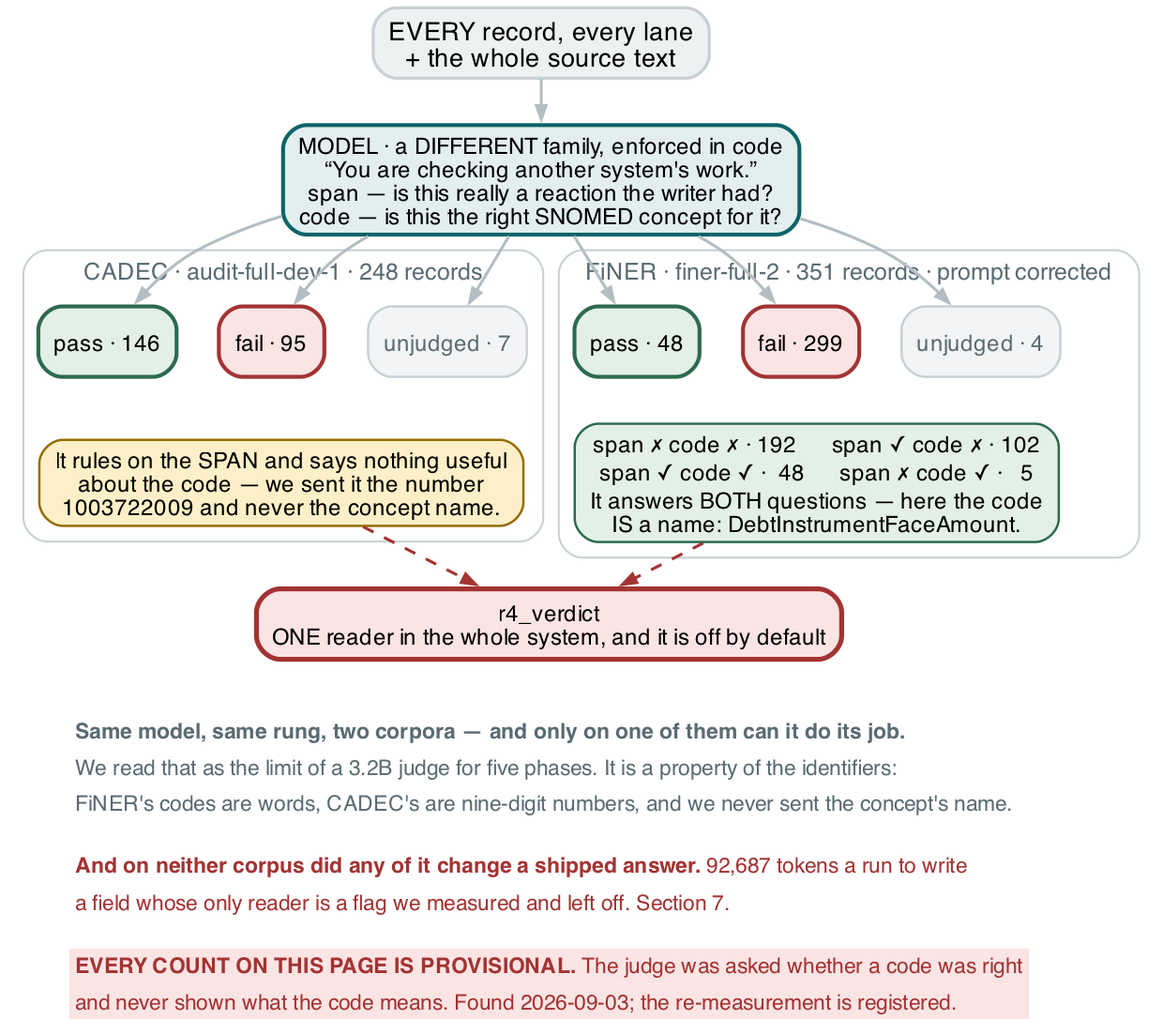
wbagais/reliability-ladder keeps this Graphviz diagram as docs/figures/fig18-rung4.png. Above is the earlier version. Its source is kept beside it as docs/figures/fig18-rung4.dot.
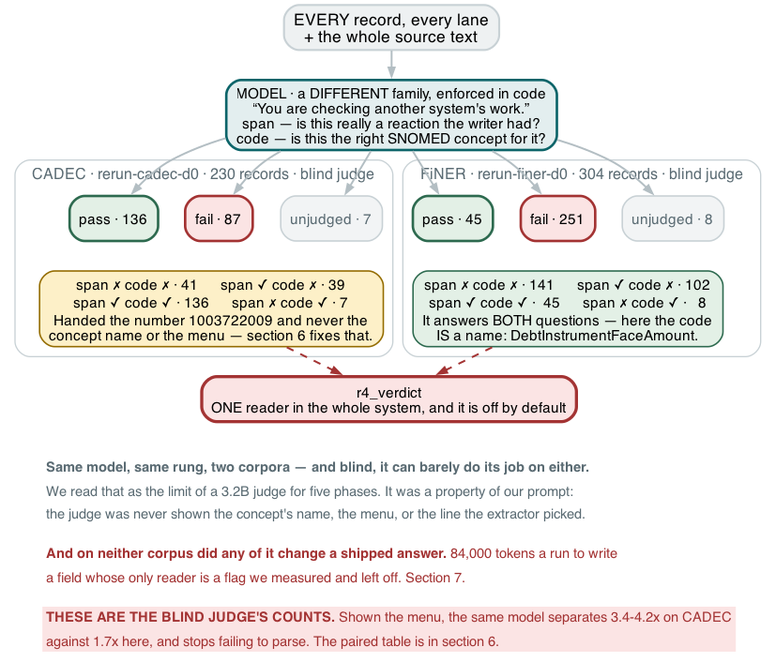
After the change.

What changed in the source:
```diff
@@ -10,26 +10,24 @@
       fillcolor="#e3eeef" color="#0c6469" penwidth=2];
 
   subgraph cluster_c {
-    label="  CADEC · audit-full-dev-1 · 248 records  "; fontname="Helvetica"; fontsize=12;
+    label="  CADEC · rerun-cadec-d0 · 230 records · blind judge  "; fontname="Helvetica"; fontsize=12;
     color="#c8d1d5"; style=rounded; fontcolor="#5a6b73";
-    cp [label="pass · 146" fillcolor="#e3f0e6" color="#2d6a4f" penwidth=2];
-    cf [label="fail · 95" fillcolor="#fbe4e4" color="#a33333" penwidth=2];
+    cp [label="pass · 136" fillcolor="#e3f0e6" color="#2d6a4f" penwidth=2];
+    cf [label="fail · 87" fillcolor="#fbe4e4" color="#a33333" penwidth=2];
     cu [label="unjudged · 7" fillcolor="#f2f4f5" fontcolor="#5a6b73"];
-    cn [label="It rules on the SPAN and says nothing useful
-about the code — we sent it the number
-1003722009 and never the concept name."
+    cn [label="span ✗ code ✗ · 41      span ✓ code ✗ · 39\nspan ✓ code ✓ · 136      span ✗ code ✓ · 7\nHanded the number 1003722009 and never the\nconcept name or the menu — section 6 fixes that."
         fillcolor="#fdf0c8" color="#946c00"];
     { rank=same; cp; cf; cu }
     cp -> cn [style=invis]; cf -> cn [style=invis];
   }
 
   subgraph cluster_f {
-    label="  FiNER · finer-full-2 · 351 records · prompt corrected  "; fontname="Helvetica";
+    label="  FiNER · rerun-finer-d0 · 304 records · blind judge  "; fontname="Helvetica";
     fontsize=12; color="#c8d1d5"; style=rounded; fontcolor="#5a6b73";
-    fp [label="pass · 48" fillcolor="#e3f0e6" color="#2d6a4f" penwidth=2];
-    ff [label="fail · 299" fillcolor="#fbe4e4" color="#a33333" penwidth=2];
-    fu [label="unjudged · 4" fillcolor="#f2f4f5" fontcolor="#5a6b73"];
-    fn [label="span ✗ code ✗ · 192      span ✓ code ✗ · 102\nspan ✓ code ✓ ·  48      span ✗ code ✓ ·   5\nIt answers BOTH questions — here the code
+    fp [label="pass · 45" fillcolor="#e3f0e6" color="#2d6a4f" penwidth=2];
+    ff [label="fail · 251" fillcolor="#fbe4e4" color="#a33333" penwidth=2];
+    fu [label="unjudged · 8" fillcolor="#f2f4f5" fontcolor="#5a6b73"];
+    fn [label="span ✗ code ✗ · 141      span ✓ code ✗ · 102\nspan ✓ code ✓ ·  45      span ✗ code ✓ ·   8\nIt answers BOTH questions — here the code
 IS a name: DebtInstrumentFaceAmount."
         fillcolor="#e3f0e6" color="#2d6a4f"];
     { rank=same; fp; ff; fu }
@@ -44,15 +42,15 @@
 
   note [shape=plaintext style="" fillcolor="white"
         label=<<TABLE BORDER="0" CELLBORDER="0" CELLSPACING="0" CELLPADDING="3">
-        <TR><TD ALIGN="LEFT"><FONT POINT-SIZE="11" COLOR="#5a6b73"><B>Same model, same rung, two corpora — and only on one of them can it do its job.</B></FONT></TD></TR>
-        <TR><TD ALIGN="LEFT"><FONT POINT-SIZE="11" COLOR="#5a6b73">We read that as the limit of a 3.2B judge for five phases. It is a property of the identifiers:</FONT></TD></TR>
-        <TR><TD ALIGN="LEFT"><FONT POINT-SIZE="11" COLOR="#5a6b73">FiNER&#39;s codes are words, CADEC&#39;s are nine-digit numbers, and we never sent the concept&#39;s name.</FONT></TD></TR>
+        <TR><TD ALIGN="LEFT"><FONT POINT-SIZE="11" COLOR="#5a6b73"><B>Same model, same rung, two corpora — and blind, it can barely do its job on either.</B></FONT></TD></TR>
+        <TR><TD ALIGN="LEFT"><FONT POINT-SIZE="11" COLOR="#5a6b73">We read that as the limit of a 3.2B judge for five phases. It was a property of our prompt:</FONT></TD></TR>
+        <TR><TD ALIGN="LEFT"><FONT POINT-SIZE="11" COLOR="#5a6b73">the judge was never shown the concept&#39;s name, the menu, or the line the extractor picked.</FONT></TD></TR>
         <TR><TD ALIGN="LEFT"><FONT POINT-SIZE="8"> </FONT></TD></TR>
-        <TR><TD ALIGN="LEFT"><FONT POINT-SIZE="11" COLOR="#a33333"><B>And on neither corpus did any of it change a shipped answer.</B> 92,687 tokens a run to write</FONT></TD></TR>
+        <TR><TD ALIGN="LEFT"><FONT POINT-SIZE="11" COLOR="#a33333"><B>And on neither corpus did any of it change a shipped answer.</B> 84,000 tokens a run to write</FONT></TD></TR>
         <TR><TD ALIGN="LEFT"><FONT POINT-SIZE="11" COLOR="#a33333">a field whose only reader is a flag we measured and left off. Section 7.</FONT></TD></TR>
         <TR><TD ALIGN="LEFT"><FONT POINT-SIZE="8"> </FONT></TD></TR>
-        <TR><TD ALIGN="LEFT" BGCOLOR="#fbe4e4"><FONT POINT-SIZE="11" COLOR="#a33333"><B>EVERY COUNT ON THIS PAGE IS PROVISIONAL.</B> The judge was asked whether a code was right</FONT></TD></TR>
-        <TR><TD ALIGN="LEFT" BGCOLOR="#fbe4e4"><FONT POINT-SIZE="11" COLOR="#a33333">and never shown what the code means. Found 2026-09-03; the re-measurement is registered.</FONT></TD></TR>
+        <TR><TD ALIGN="LEFT" BGCOLOR="#fbe4e4"><FONT POINT-SIZE="11" COLOR="#a33333"><B>THESE ARE THE BLIND JUDGE&#39;S COUNTS.</B> Shown the menu, the same model separates 3.4-4.2x on CADEC</FONT></TD></TR>
+        <TR><TD ALIGN="LEFT" BGCOLOR="#fbe4e4"><FONT POINT-SIZE="11" COLOR="#a33333">against 1.7x here, and stops failing to parse. The paired table is in section 6.</FONT></TD></TR>
         </TABLE>>];
   dead -> note [style=invis];
 }
```
